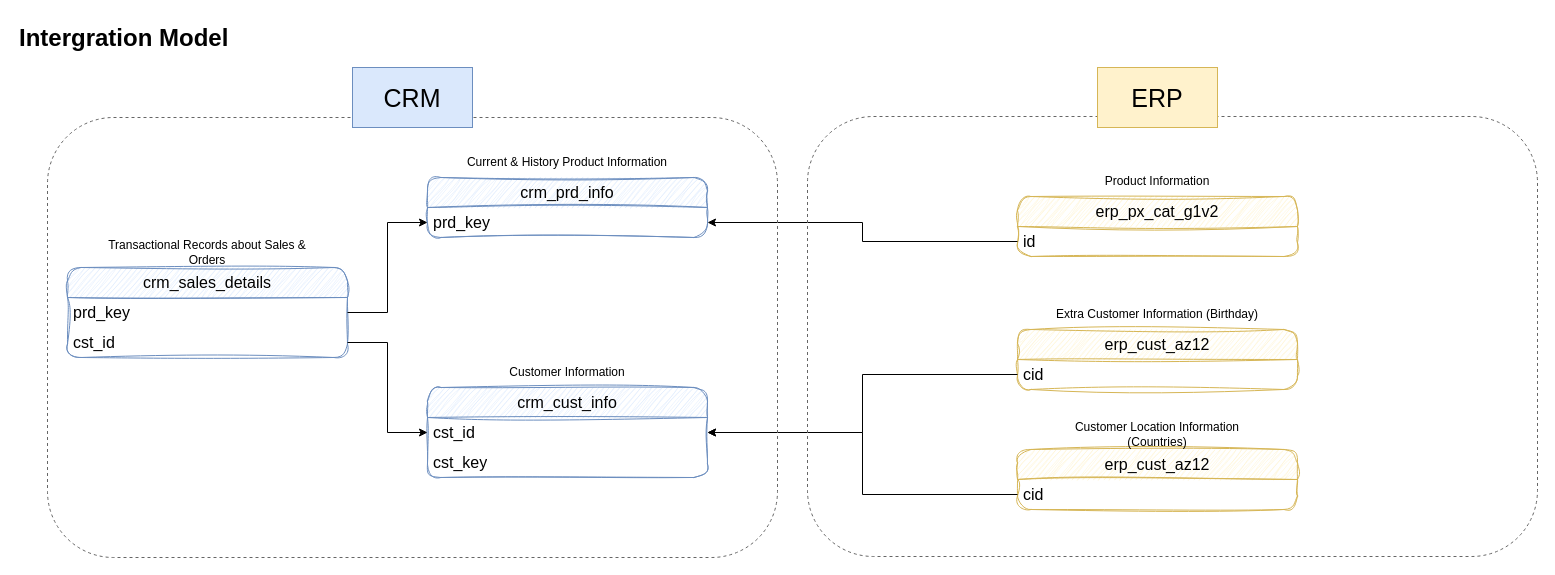
tharrmeehan/SQL-Data-Warehouse-Project keeps this draw.io diagram as docs/integration_model.drawio. Above is the earlier version. Source tidied: cells renumbered, new cells numbered last; positions are measured from the earlier drawing's top-left corner, leaving out a move shared by most shapes. Both pictures are drawn from the tidied source at 100%, with x=0, y=0 at pixel (17, 17).
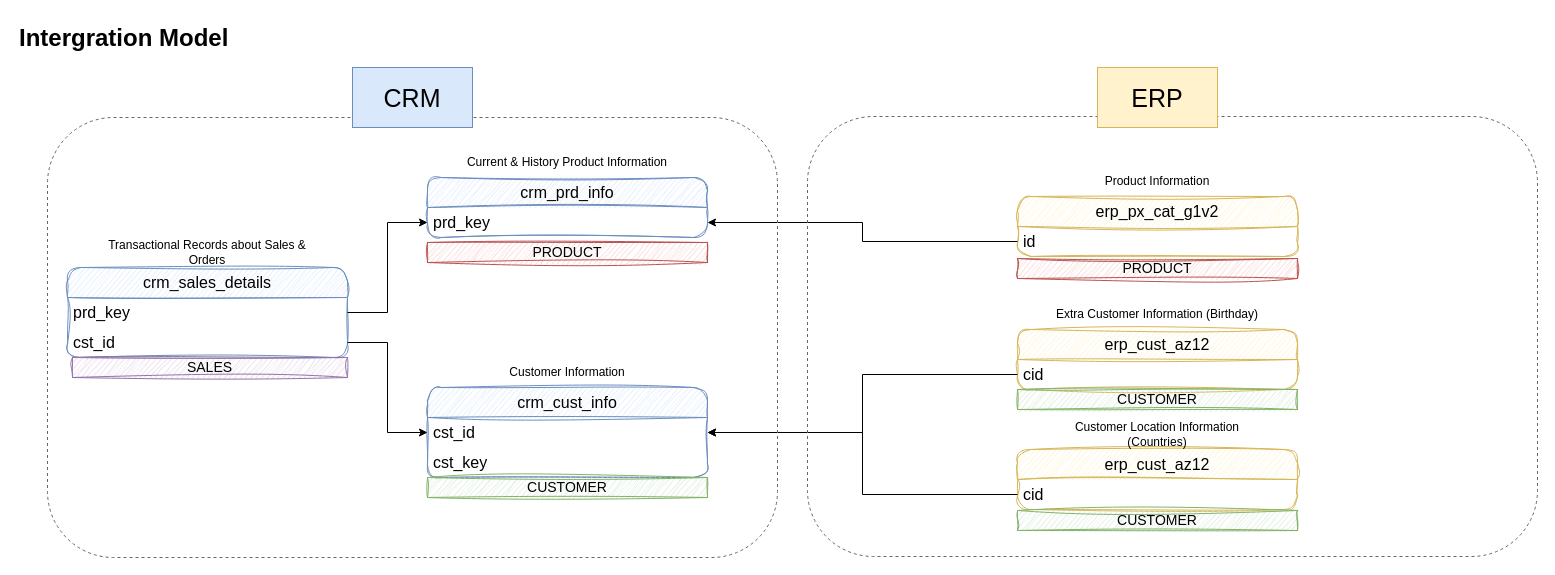
The same page after the edit.

Change to the diagram source:
```diff
@@
+    <mxCell id="32" value="&lt;font style=&quot;font-size: 14px;&quot;&gt;PRODUCT&lt;/font&gt;" style="rounded=0;whiteSpace=wrap;html=1;fillColor=#f8cecc;strokeColor=#b85450;align=center;verticalAlign=middle;sketch=1;curveFitting=1;jiggle=2;" parent="1" vertex="1">
+      <mxGeometry x="410" y="225" width="280" height="20" as="geometry" />
+    </mxCell>
+    <mxCell id="33" value="&lt;font style=&quot;font-size: 14px;&quot;&gt;PRODUCT&lt;/font&gt;" style="rounded=0;whiteSpace=wrap;html=1;fillColor=#f8cecc;strokeColor=#b85450;align=center;verticalAlign=middle;sketch=1;curveFitting=1;jiggle=2;" parent="1" vertex="1">
+      <mxGeometry x="1000" y="241" width="280" height="20" as="geometry" />
+    </mxCell>
+    <mxCell id="34" value="&lt;font style=&quot;font-size: 14px;&quot;&gt;CUSTOMER&lt;/font&gt;" style="rounded=0;whiteSpace=wrap;html=1;fillColor=#d5e8d4;strokeColor=#82b366;align=center;verticalAlign=middle;sketch=1;curveFitting=1;jiggle=2;" parent="1" vertex="1">
+      <mxGeometry x="410" y="460" width="280" height="20" as="geometry" />
+    </mxCell>
+    <mxCell id="35" value="&lt;font style=&quot;font-size: 14px;&quot;&gt;CUSTOMER&lt;/font&gt;" style="rounded=0;whiteSpace=wrap;html=1;fillColor=#d5e8d4;strokeColor=#82b366;align=center;verticalAlign=middle;sketch=1;curveFitting=1;jiggle=2;" parent="1" vertex="1">
+      <mxGeometry x="1000" y="372" width="280" height="20" as="geometry" />
+    </mxCell>
+    <mxCell id="36" value="&lt;font style=&quot;font-size: 14px;&quot;&gt;CUSTOMER&lt;/font&gt;" style="rounded=0;whiteSpace=wrap;html=1;fillColor=#d5e8d4;strokeColor=#82b366;align=center;verticalAlign=middle;sketch=1;curveFitting=1;jiggle=2;" parent="1" vertex="1">
+      <mxGeometry x="1000" y="493" width="280" height="20" as="geometry" />
+    </mxCell>
+    <mxCell id="37" value="&lt;font style=&quot;font-size: 14px;&quot;&gt;SALES&lt;/font&gt;" style="rounded=0;whiteSpace=wrap;html=1;fillColor=#e1d5e7;strokeColor=#9673a6;align=center;verticalAlign=middle;sketch=1;curveFitting=1;jiggle=2;" parent="1" vertex="1">
+      <mxGeometry x="55" y="340" width="275" height="20" as="geometry" />
+    </mxCell>
```
